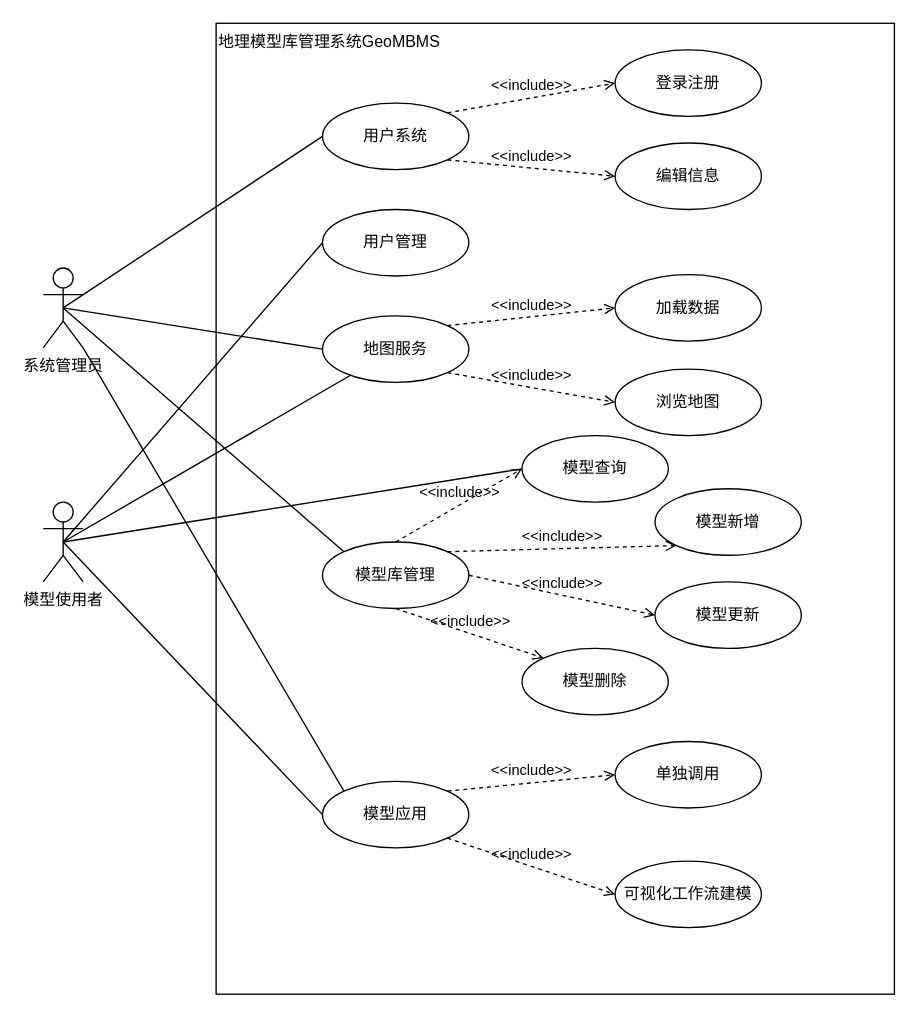
Earlier version of the draw.io diagram 毕设功能模块设计.drawio (Orangon/drawio-digrams). Source tidied: cells renumbered, new cells numbered last; positions are measured from the earlier drawing's top-left corner, leaving out a move shared by most shapes. Both pictures are drawn from the tidied source at 133%, with x=0, y=0 at pixel (43, 23).
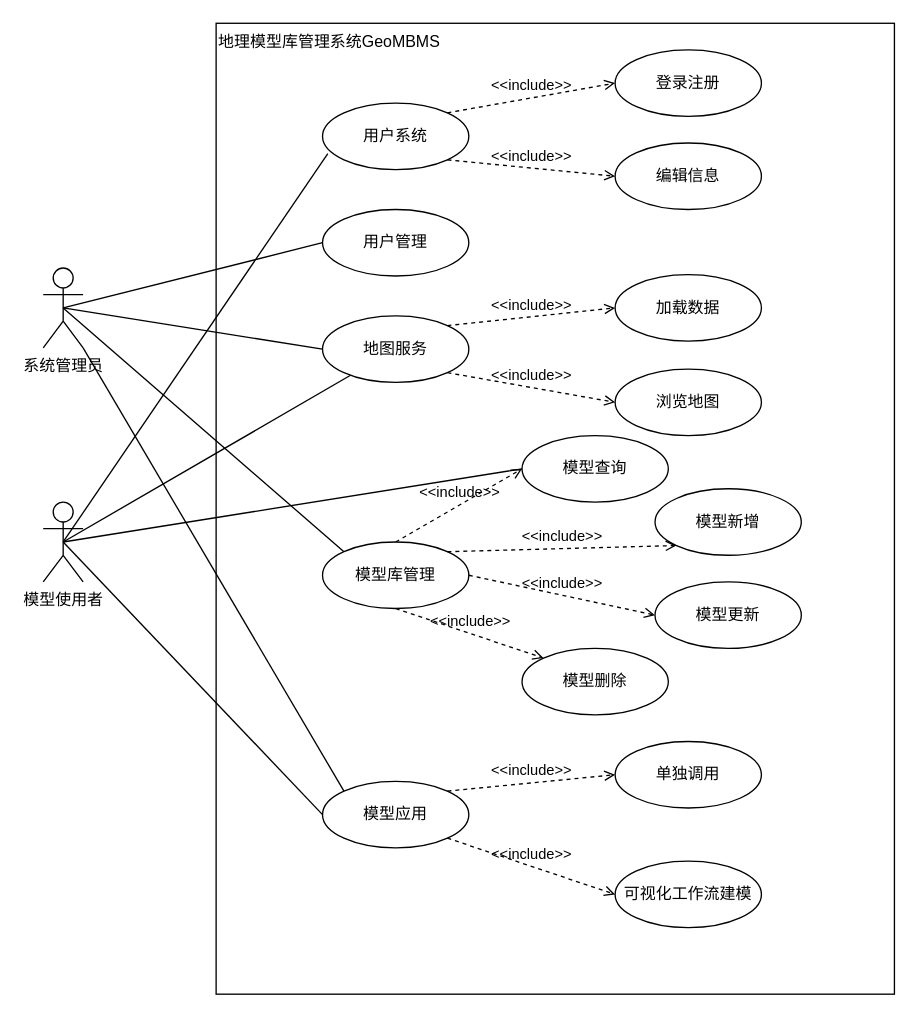
The same page after the edit.

Commit message:
更新毕设功能模块设计.drawio

The change refers to these unchanged cells:
```xml
<mxCell id="6" value="系统管理员" style="shape=umlActor;verticalLabelPosition=bottom;verticalAlign=top;html=1;" parent="1" vertex="1">
  <mxGeometry y="184" width="30" height="60" as="geometry" />
</mxCell>
<mxCell id="11" value="模型使用者" style="shape=umlActor;verticalLabelPosition=bottom;verticalAlign=top;html=1;" parent="1" vertex="1">
  <mxGeometry y="360" width="30" height="60" as="geometry" />
</mxCell>
<mxCell id="12" value="用户系统" style="ellipse;whiteSpace=wrap;html=1;" parent="1" vertex="1">
  <mxGeometry x="210" y="60" width="110" height="50" as="geometry" />
</mxCell>
<mxCell id="37" value="用户管理" style="ellipse;whiteSpace=wrap;html=1;" parent="1" vertex="1">
  <mxGeometry x="210" y="140" width="110" height="50" as="geometry" />
</mxCell>
```

The edit, as a diff of the source:
```diff
@@
-    <mxCell id="3" style="rounded=0;jettySize=auto;html=1;exitX=0.5;exitY=0.5;exitDx=0;exitDy=0;exitPerimeter=0;entryX=0;entryY=0.5;entryDx=0;entryDy=0;endArrow=none;endFill=0;" parent="1" edge="1" source="6" target="12">
-      <mxGeometry relative="1" as="geometry" />
-    </mxCell>
@@
+    <mxCell id="38" style="rounded=0;jettySize=auto;html=1;exitX=0.5;exitY=0.5;exitDx=0;exitDy=0;exitPerimeter=0;entryX=0;entryY=0.5;entryDx=0;entryDy=0;endArrow=none;endFill=0;" parent="1" edge="1" source="6" target="37">
+      <mxGeometry relative="1" as="geometry" />
+    </mxCell>
@@
-    <mxCell id="7" style="edgeStyle=none;shape=connector;rounded=0;jettySize=auto;html=1;exitX=0.5;exitY=0.5;exitDx=0;exitDy=0;exitPerimeter=0;entryX=0;entryY=0.5;entryDx=0;entryDy=0;labelBackgroundColor=default;strokeColor=default;fontFamily=Helvetica;fontSize=11;fontColor=default;endArrow=none;endFill=0;" parent="1" edge="1" source="11" target="37">
-      <mxGeometry relative="1" as="geometry" />
-    </mxCell>
@@
+    <mxCell id="39" style="rounded=0;jettySize=auto;html=1;exitX=0.5;exitY=0.5;exitDx=0;exitDy=0;exitPerimeter=0;entryX=0.036;entryY=0.76;entryDx=0;entryDy=0;entryPerimeter=0;endArrow=none;endFill=0;" parent="1" edge="1" source="11" target="12">
+      <mxGeometry relative="1" as="geometry" />
+    </mxCell>
```
